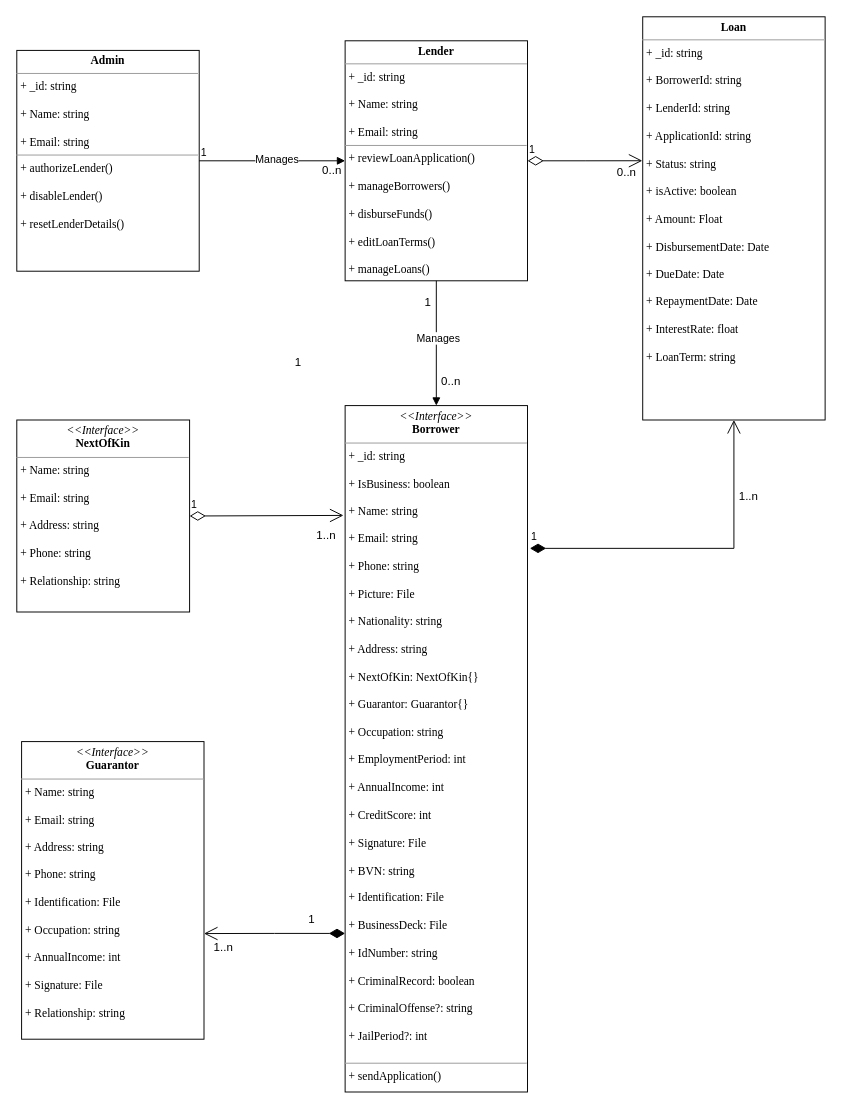
Before: src/loan-class.drawio in miriam-samuels/loan-management, a draw.io diagram. Source tidied: cells renumbered, new cells numbered last; positions are measured from the earlier drawing's top-left corner, leaving out a move shared by most shapes. Both pictures are drawn from the tidied source at 96%, with x=0, y=0 at pixel (16, 16).
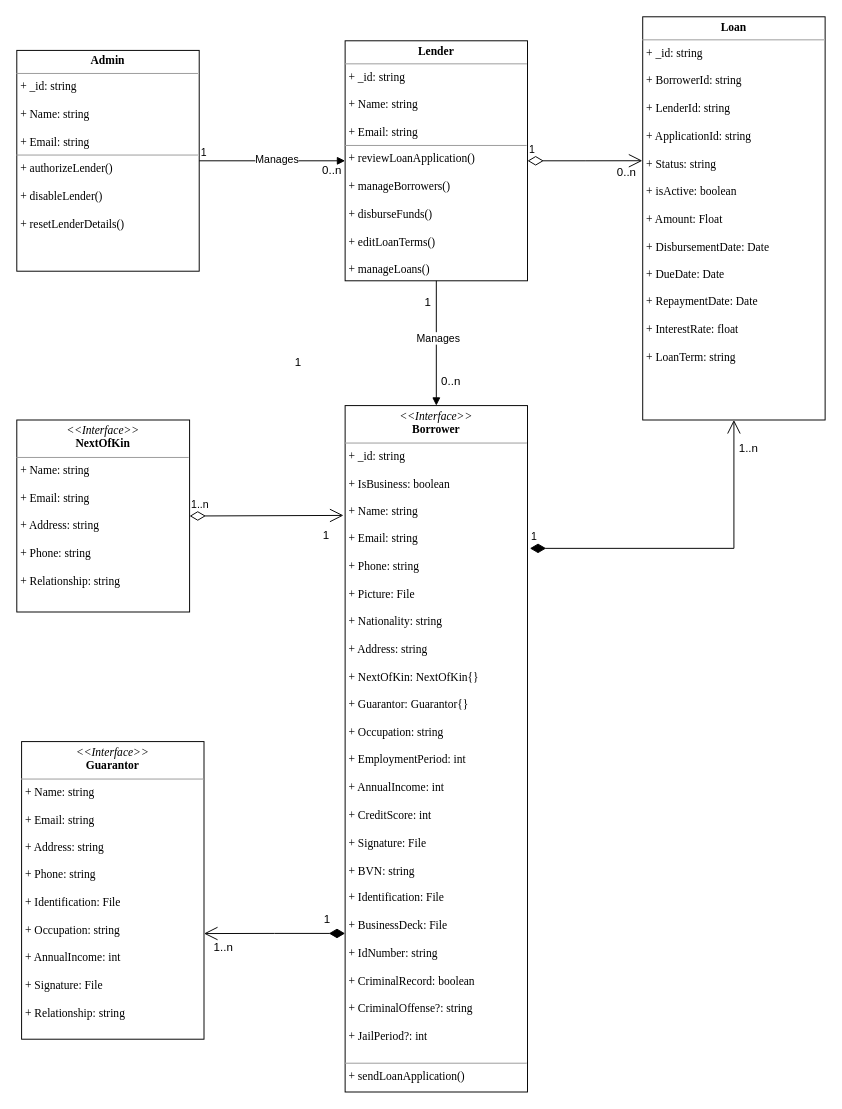
Above is the later version.

The change refers to these unchanged cells:
```xml
<mxCell id="6" value="&lt;p style=&quot;margin:0px;margin-top:4px;text-align:center;&quot;&gt;&lt;font face=&quot;Times New Roman&quot;&gt;&lt;i&gt;&amp;lt;&amp;lt;Interface&amp;gt;&amp;gt;&lt;/i&gt;&lt;br&gt;&lt;b&gt;NextOfKin&lt;/b&gt;&lt;/font&gt;&lt;/p&gt;&lt;hr size=&quot;1&quot;&gt;&lt;p style=&quot;margin:0px;margin-left:4px;&quot;&gt;&lt;span style=&quot;font-family: &amp;quot;Times New Roman&amp;quot;; background-color: initial;&quot;&gt;+ Name: string&lt;/span&gt;&lt;br&gt;&lt;/p&gt;&lt;p style=&quot;margin:0px;margin-left:4px;&quot;&gt;&lt;font face=&quot;Times New Roman&quot;&gt;&lt;br&gt;&lt;/font&gt;&lt;/p&gt;&lt;p style=&quot;margin:0px;margin-left:4px;&quot;&gt;&lt;font face=&quot;Times New Roman&quot;&gt;+ Email: string&lt;/font&gt;&lt;/p&gt;&lt;p style=&quot;margin:0px;margin-left:4px;&quot;&gt;&lt;font face=&quot;Times New Roman&quot;&gt;&lt;br&gt;&lt;/font&gt;&lt;/p&gt;&lt;p style=&quot;margin:0px;margin-left:4px;&quot;&gt;&lt;font face=&quot;Times New Roman&quot;&gt;+ Address: string&lt;/font&gt;&lt;/p&gt;&lt;p style=&quot;margin:0px;margin-left:4px;&quot;&gt;&lt;font face=&quot;Times New Roman&quot;&gt;&lt;br&gt;&lt;/font&gt;&lt;/p&gt;&lt;p style=&quot;margin:0px;margin-left:4px;&quot;&gt;&lt;font face=&quot;Times New Roman&quot;&gt;+ Phone: string&lt;/font&gt;&lt;/p&gt;&lt;p style=&quot;margin:0px;margin-left:4px;&quot;&gt;&lt;font face=&quot;Times New Roman&quot;&gt;&lt;br&gt;&lt;/font&gt;&lt;/p&gt;&lt;p style=&quot;margin:0px;margin-left:4px;&quot;&gt;&lt;font face=&quot;Times New Roman&quot;&gt;+ Relationship: string&lt;/font&gt;&lt;/p&gt;" style="verticalAlign=top;align=left;overflow=fill;fontSize=12;fontFamily=Helvetica;html=1;whiteSpace=wrap;" parent="1" vertex="1">
  <mxGeometry y="420" width="180" height="200" as="geometry" />
</mxCell>
```

Diff of the diagram source:
```diff
@@
-    <mxCell id="3" value="&lt;p style=&quot;margin:0px;margin-top:4px;text-align:center;&quot;&gt;&lt;font face=&quot;Times New Roman&quot;&gt;&lt;i&gt;&amp;lt;&amp;lt;Interface&amp;gt;&amp;gt;&lt;/i&gt;&lt;br&gt;&lt;b&gt;Borrower&lt;/b&gt;&lt;/font&gt;&lt;/p&gt;&lt;hr size=&quot;1&quot;&gt;&lt;p style=&quot;margin:0px;margin-left:4px;&quot;&gt;&lt;font face=&quot;Times New Roman&quot;&gt;+ _id: string&lt;/font&gt;&lt;/p&gt;&lt;p style=&quot;margin:0px;margin-left:4px;&quot;&gt;&lt;font face=&quot;Times New Roman&quot;&gt;&lt;br&gt;&lt;/font&gt;&lt;/p&gt;&lt;p style=&quot;margin:0px;margin-left:4px;&quot;&gt;&lt;font face=&quot;Times New Roman&quot;&gt;+ IsBusiness: boolean&lt;/font&gt;&lt;/p&gt;&lt;p style=&quot;margin:0px;margin-left:4px;&quot;&gt;&lt;font face=&quot;Times New Roman&quot;&gt;&lt;br&gt;+ Name: string&lt;/font&gt;&lt;/p&gt;&lt;p style=&quot;margin:0px;margin-left:4px;&quot;&gt;&lt;font face=&quot;Times New Roman&quot;&gt;&lt;br&gt;&lt;/font&gt;&lt;/p&gt;&lt;p style=&quot;margin:0px;margin-left:4px;&quot;&gt;&lt;font face=&quot;Times New Roman&quot;&gt;+ Email: string&lt;/font&gt;&lt;/p&gt;&lt;p style=&quot;margin:0px;margin-left:4px;&quot;&gt;&lt;font face=&quot;Times New Roman&quot;&gt;&lt;br&gt;&lt;/font&gt;&lt;/p&gt;&lt;p style=&quot;margin:0px;margin-left:4px;&quot;&gt;&lt;font face=&quot;Times New Roman&quot;&gt;+ Phone: string&lt;/font&gt;&lt;/p&gt;&lt;p style=&quot;margin:0px;margin-left:4px;&quot;&gt;&lt;font face=&quot;Times New Roman&quot;&gt;&lt;br&gt;&lt;/font&gt;&lt;/p&gt;&lt;p style=&quot;margin:0px;margin-left:4px;&quot;&gt;&lt;font face=&quot;Times New Roman&quot;&gt;+ Picture: File&lt;/font&gt;&lt;/p&gt;&lt;p style=&quot;margin:0px;margin-left:4px;&quot;&gt;&lt;font face=&quot;Times New Roman&quot;&gt;&lt;br&gt;&lt;/font&gt;&lt;/p&gt;&lt;p style=&quot;margin:0px;margin-left:4px;&quot;&gt;&lt;font face=&quot;Times New Roman&quot;&gt;+ Nationality: string&lt;/font&gt;&lt;/p&gt;&lt;p style=&quot;margin:0px;margin-left:4px;&quot;&gt;&lt;font face=&quot;Times New Roman&quot;&gt;&lt;br&gt;&lt;/font&gt;&lt;/p&gt;&lt;p style=&quot;margin:0px;margin-left:4px;&quot;&gt;&lt;font face=&quot;Times New Roman&quot;&gt;+ Address: string&lt;/font&gt;&lt;/p&gt;&lt;p style=&quot;margin:0px;margin-left:4px;&quot;&gt;&lt;font face=&quot;Times New Roman&quot;&gt;&lt;br&gt;&lt;/font&gt;&lt;/p&gt;&lt;p style=&quot;margin:0px;margin-left:4px;&quot;&gt;&lt;font face=&quot;Times New Roman&quot;&gt;+ NextOfKin: NextOfKin{}&lt;/font&gt;&lt;/p&gt;&lt;p style=&quot;margin:0px;margin-left:4px;&quot;&gt;&lt;font face=&quot;Times New Roman&quot;&gt;&lt;br&gt;&lt;/font&gt;&lt;/p&gt;&lt;p style=&quot;margin:0px;margin-left:4px;&quot;&gt;&lt;font face=&quot;Times New Roman&quot;&gt;+ Guarantor: Guarantor{}&lt;/font&gt;&lt;/p&gt;&lt;p style=&quot;margin:0px;margin-left:4px;&quot;&gt;&lt;font face=&quot;Times New Roman&quot;&gt;&lt;br&gt;&lt;/font&gt;&lt;/p&gt;&lt;p style=&quot;margin:0px;margin-left:4px;&quot;&gt;&lt;font face=&quot;Times New Roman&quot;&gt;+ Occupation: string&lt;/font&gt;&lt;/p&gt;&lt;p style=&quot;margin:0px;margin-left:4px;&quot;&gt;&lt;font face=&quot;Times New Roman&quot;&gt;&lt;br&gt;&lt;/font&gt;&lt;/p&gt;&lt;p style=&quot;margin:0px;margin-left:4px;&quot;&gt;&lt;font face=&quot;Times New Roman&quot;&gt;+ EmploymentPeriod: int&lt;/font&gt;&lt;/p&gt;&lt;p style=&quot;margin:0px;margin-left:4px;&quot;&gt;&lt;font face=&quot;Times New Roman&quot;&gt;&lt;br&gt;&lt;/font&gt;&lt;/p&gt;&lt;p style=&quot;margin:0px;margin-left:4px;&quot;&gt;&lt;font face=&quot;Times New Roman&quot;&gt;+ AnnualIncome: int&lt;/font&gt;&lt;/p&gt;&lt;p style=&quot;margin:0px;margin-left:4px;&quot;&gt;&lt;font face=&quot;Times New Roman&quot;&gt;&lt;br&gt;&lt;/font&gt;&lt;/p&gt;&lt;p style=&quot;margin:0px;margin-left:4px;&quot;&gt;&lt;font face=&quot;Times New Roman&quot;&gt;+ CreditScore: int&lt;/font&gt;&lt;/p&gt;&lt;p style=&quot;margin:0px;margin-left:4px;&quot;&gt;&lt;font face=&quot;Times New Roman&quot;&gt;&lt;br&gt;&lt;/font&gt;&lt;/p&gt;&lt;p style=&quot;margin:0px;margin-left:4px;&quot;&gt;&lt;font face=&quot;Times New Roman&quot;&gt;+ Signature: File&lt;/font&gt;&lt;/p&gt;&lt;p style=&quot;margin:0px;margin-left:4px;&quot;&gt;&lt;font face=&quot;Times New Roman&quot;&gt;&lt;br&gt;&lt;/font&gt;&lt;/p&gt;&lt;p style=&quot;margin:0px;margin-left:4px;&quot;&gt;&lt;font face=&quot;Times New Roman&quot;&gt;+ BVN: string&lt;/font&gt;&lt;/p&gt;&lt;p style=&quot;margin:0px;margin-left:4px;&quot;&gt;&lt;font face=&quot;Times New Roman&quot;&gt;&lt;br&gt;&lt;/font&gt;&lt;/p&gt;&lt;p style=&quot;margin:0px;margin-left:4px;&quot;&gt;&lt;font face=&quot;Times New Roman&quot;&gt;+ Identification: File&lt;/font&gt;&lt;/p&gt;&lt;p style=&quot;margin:0px;margin-left:4px;&quot;&gt;&lt;font face=&quot;Times New Roman&quot;&gt;&lt;br&gt;&lt;/font&gt;&lt;/p&gt;&lt;p style=&quot;margin:0px;margin-left:4px;&quot;&gt;&lt;font face=&quot;Times New Roman&quot;&gt;+ BusinessDeck: File&lt;/font&gt;&lt;/p&gt;&lt;p style=&quot;margin:0px;margin-left:4px;&quot;&gt;&lt;font face=&quot;Times New Roman&quot;&gt;&lt;br&gt;&lt;/font&gt;&lt;/p&gt;&lt;p style=&quot;margin:0px;margin-left:4px;&quot;&gt;&lt;font face=&quot;Times New Roman&quot;&gt;+ IdNumber: string&lt;/font&gt;&lt;/p&gt;&lt;p style=&quot;margin:0px;margin-left:4px;&quot;&gt;&lt;font face=&quot;Times New Roman&quot;&gt;&lt;br&gt;&lt;/font&gt;&lt;/p&gt;&lt;p style=&quot;margin:0px;margin-left:4px;&quot;&gt;&lt;font face=&quot;Times New Roman&quot;&gt;+ CriminalRecord: boolean&lt;/font&gt;&lt;/p&gt;&lt;p style=&quot;margin:0px;margin-left:4px;&quot;&gt;&lt;font face=&quot;Times New Roman&quot;&gt;&lt;br&gt;&lt;/font&gt;&lt;/p&gt;&lt;p style=&quot;margin:0px;margin-left:4px;&quot;&gt;&lt;font face=&quot;Times New Roman&quot;&gt;+ CriminalOffense?: string&lt;/font&gt;&lt;/p&gt;&lt;p style=&quot;margin:0px;margin-left:4px;&quot;&gt;&lt;font face=&quot;Times New Roman&quot;&gt;&lt;br&gt;&lt;/font&gt;&lt;/p&gt;&lt;p style=&quot;margin:0px;margin-left:4px;&quot;&gt;&lt;font face=&quot;Times New Roman&quot;&gt;+ JailPeriod?: int&lt;/font&gt;&lt;/p&gt;&lt;p style=&quot;margin:0px;margin-left:4px;&quot;&gt;&lt;br&gt;&lt;/p&gt;&lt;hr size=&quot;1&quot;&gt;&lt;p style=&quot;margin:0px;margin-left:4px;&quot;&gt;&lt;font face=&quot;Times New Roman&quot;&gt;+ sendApplication()&lt;/font&gt;&lt;/p&gt;&lt;p style=&quot;margin:0px;margin-left:4px;&quot;&gt;&lt;br&gt;&lt;/p&gt;" style="verticalAlign=top;align=left;overflow=fill;fontSize=12;fontFamily=Helvetica;html=1;whiteSpace=wrap;" parent="1" vertex="1">
+    <mxCell id="3" value="&lt;p style=&quot;margin:0px;margin-top:4px;text-align:center;&quot;&gt;&lt;font face=&quot;Times New Roman&quot;&gt;&lt;i&gt;&amp;lt;&amp;lt;Interface&amp;gt;&amp;gt;&lt;/i&gt;&lt;br&gt;&lt;b&gt;Borrower&lt;/b&gt;&lt;/font&gt;&lt;/p&gt;&lt;hr size=&quot;1&quot;&gt;&lt;p style=&quot;margin:0px;margin-left:4px;&quot;&gt;&lt;font face=&quot;Times New Roman&quot;&gt;+ _id: string&lt;/font&gt;&lt;/p&gt;&lt;p style=&quot;margin:0px;margin-left:4px;&quot;&gt;&lt;font face=&quot;Times New Roman&quot;&gt;&lt;br&gt;&lt;/font&gt;&lt;/p&gt;&lt;p style=&quot;margin:0px;margin-left:4px;&quot;&gt;&lt;font face=&quot;Times New Roman&quot;&gt;+ IsBusiness: boolean&lt;/font&gt;&lt;/p&gt;&lt;p style=&quot;margin:0px;margin-left:4px;&quot;&gt;&lt;font face=&quot;Times New Roman&quot;&gt;&lt;br&gt;+ Name: string&lt;/font&gt;&lt;/p&gt;&lt;p style=&quot;margin:0px;margin-left:4px;&quot;&gt;&lt;font face=&quot;Times New Roman&quot;&gt;&lt;br&gt;&lt;/font&gt;&lt;/p&gt;&lt;p style=&quot;margin:0px;margin-left:4px;&quot;&gt;&lt;font face=&quot;Times New Roman&quot;&gt;+ Email: string&lt;/font&gt;&lt;/p&gt;&lt;p style=&quot;margin:0px;margin-left:4px;&quot;&gt;&lt;font face=&quot;Times New Roman&quot;&gt;&lt;br&gt;&lt;/font&gt;&lt;/p&gt;&lt;p style=&quot;margin:0px;margin-left:4px;&quot;&gt;&lt;font face=&quot;Times New Roman&quot;&gt;+ Phone: string&lt;/font&gt;&lt;/p&gt;&lt;p style=&quot;margin:0px;margin-left:4px;&quot;&gt;&lt;font face=&quot;Times New Roman&quot;&gt;&lt;br&gt;&lt;/font&gt;&lt;/p&gt;&lt;p style=&quot;margin:0px;margin-left:4px;&quot;&gt;&lt;font face=&quot;Times New Roman&quot;&gt;+ Picture: File&lt;/font&gt;&lt;/p&gt;&lt;p style=&quot;margin:0px;margin-left:4px;&quot;&gt;&lt;font face=&quot;Times New Roman&quot;&gt;&lt;br&gt;&lt;/font&gt;&lt;/p&gt;&lt;p style=&quot;margin:0px;margin-left:4px;&quot;&gt;&lt;font face=&quot;Times New Roman&quot;&gt;+ Nationality: string&lt;/font&gt;&lt;/p&gt;&lt;p style=&quot;margin:0px;margin-left:4px;&quot;&gt;&lt;font face=&quot;Times New Roman&quot;&gt;&lt;br&gt;&lt;/font&gt;&lt;/p&gt;&lt;p style=&quot;margin:0px;margin-left:4px;&quot;&gt;&lt;font face=&quot;Times New Roman&quot;&gt;+ Address: string&lt;/font&gt;&lt;/p&gt;&lt;p style=&quot;margin:0px;margin-left:4px;&quot;&gt;&lt;font face=&quot;Times New Roman&quot;&gt;&lt;br&gt;&lt;/font&gt;&lt;/p&gt;&lt;p style=&quot;margin:0px;margin-left:4px;&quot;&gt;&lt;font face=&quot;Times New Roman&quot;&gt;+ NextOfKin: NextOfKin{}&lt;/font&gt;&lt;/p&gt;&lt;p style=&quot;margin:0px;margin-left:4px;&quot;&gt;&lt;font face=&quot;Times New Roman&quot;&gt;&lt;br&gt;&lt;/font&gt;&lt;/p&gt;&lt;p style=&quot;margin:0px;margin-left:4px;&quot;&gt;&lt;font face=&quot;Times New Roman&quot;&gt;+ Guarantor: Guarantor{}&lt;/font&gt;&lt;/p&gt;&lt;p style=&quot;margin:0px;margin-left:4px;&quot;&gt;&lt;font face=&quot;Times New Roman&quot;&gt;&lt;br&gt;&lt;/font&gt;&lt;/p&gt;&lt;p style=&quot;margin:0px;margin-left:4px;&quot;&gt;&lt;font face=&quot;Times New Roman&quot;&gt;+ Occupation: string&lt;/font&gt;&lt;/p&gt;&lt;p style=&quot;margin:0px;margin-left:4px;&quot;&gt;&lt;font face=&quot;Times New Roman&quot;&gt;&lt;br&gt;&lt;/font&gt;&lt;/p&gt;&lt;p style=&quot;margin:0px;margin-left:4px;&quot;&gt;&lt;font face=&quot;Times New Roman&quot;&gt;+ EmploymentPeriod: int&lt;/font&gt;&lt;/p&gt;&lt;p style=&quot;margin:0px;margin-left:4px;&quot;&gt;&lt;font face=&quot;Times New Roman&quot;&gt;&lt;br&gt;&lt;/font&gt;&lt;/p&gt;&lt;p style=&quot;margin:0px;margin-left:4px;&quot;&gt;&lt;font face=&quot;Times New Roman&quot;&gt;+ AnnualIncome: int&lt;/font&gt;&lt;/p&gt;&lt;p style=&quot;margin:0px;margin-left:4px;&quot;&gt;&lt;font face=&quot;Times New Roman&quot;&gt;&lt;br&gt;&lt;/font&gt;&lt;/p&gt;&lt;p style=&quot;margin:0px;margin-left:4px;&quot;&gt;&lt;font face=&quot;Times New Roman&quot;&gt;+ CreditScore: int&lt;/font&gt;&lt;/p&gt;&lt;p style=&quot;margin:0px;margin-left:4px;&quot;&gt;&lt;font face=&quot;Times New Roman&quot;&gt;&lt;br&gt;&lt;/font&gt;&lt;/p&gt;&lt;p style=&quot;margin:0px;margin-left:4px;&quot;&gt;&lt;font face=&quot;Times New Roman&quot;&gt;+ Signature: File&lt;/font&gt;&lt;/p&gt;&lt;p style=&quot;margin:0px;margin-left:4px;&quot;&gt;&lt;font face=&quot;Times New Roman&quot;&gt;&lt;br&gt;&lt;/font&gt;&lt;/p&gt;&lt;p style=&quot;margin:0px;margin-left:4px;&quot;&gt;&lt;font face=&quot;Times New Roman&quot;&gt;+ BVN: string&lt;/font&gt;&lt;/p&gt;&lt;p style=&quot;margin:0px;margin-left:4px;&quot;&gt;&lt;font face=&quot;Times New Roman&quot;&gt;&lt;br&gt;&lt;/font&gt;&lt;/p&gt;&lt;p style=&quot;margin:0px;margin-left:4px;&quot;&gt;&lt;font face=&quot;Times New Roman&quot;&gt;+ Identification: File&lt;/font&gt;&lt;/p&gt;&lt;p style=&quot;margin:0px;margin-left:4px;&quot;&gt;&lt;font face=&quot;Times New Roman&quot;&gt;&lt;br&gt;&lt;/font&gt;&lt;/p&gt;&lt;p style=&quot;margin:0px;margin-left:4px;&quot;&gt;&lt;font face=&quot;Times New Roman&quot;&gt;+ BusinessDeck: File&lt;/font&gt;&lt;/p&gt;&lt;p style=&quot;margin:0px;margin-left:4px;&quot;&gt;&lt;font face=&quot;Times New Roman&quot;&gt;&lt;br&gt;&lt;/font&gt;&lt;/p&gt;&lt;p style=&quot;margin:0px;margin-left:4px;&quot;&gt;&lt;font face=&quot;Times New Roman&quot;&gt;+ IdNumber: string&lt;/font&gt;&lt;/p&gt;&lt;p style=&quot;margin:0px;margin-left:4px;&quot;&gt;&lt;font face=&quot;Times New Roman&quot;&gt;&lt;br&gt;&lt;/font&gt;&lt;/p&gt;&lt;p style=&quot;margin:0px;margin-left:4px;&quot;&gt;&lt;font face=&quot;Times New Roman&quot;&gt;+ CriminalRecord: boolean&lt;/font&gt;&lt;/p&gt;&lt;p style=&quot;margin:0px;margin-left:4px;&quot;&gt;&lt;font face=&quot;Times New Roman&quot;&gt;&lt;br&gt;&lt;/font&gt;&lt;/p&gt;&lt;p style=&quot;margin:0px;margin-left:4px;&quot;&gt;&lt;font face=&quot;Times New Roman&quot;&gt;+ CriminalOffense?: string&lt;/font&gt;&lt;/p&gt;&lt;p style=&quot;margin:0px;margin-left:4px;&quot;&gt;&lt;font face=&quot;Times New Roman&quot;&gt;&lt;br&gt;&lt;/font&gt;&lt;/p&gt;&lt;p style=&quot;margin:0px;margin-left:4px;&quot;&gt;&lt;font face=&quot;Times New Roman&quot;&gt;+ JailPeriod?: int&lt;/font&gt;&lt;/p&gt;&lt;p style=&quot;margin:0px;margin-left:4px;&quot;&gt;&lt;br&gt;&lt;/p&gt;&lt;hr size=&quot;1&quot;&gt;&lt;p style=&quot;margin:0px;margin-left:4px;&quot;&gt;&lt;font face=&quot;Times New Roman&quot;&gt;+ sendLoanApplication()&lt;/font&gt;&lt;/p&gt;&lt;p style=&quot;margin:0px;margin-left:4px;&quot;&gt;&lt;br&gt;&lt;/p&gt;" style="verticalAlign=top;align=left;overflow=fill;fontSize=12;fontFamily=Helvetica;html=1;whiteSpace=wrap;" parent="1" vertex="1">
       <mxGeometry x="342" y="405" width="190" height="715" as="geometry" />
     </mxCell>
@@
     <mxCell id="18" value="1" style="text;html=1;align=center;verticalAlign=middle;strokeColor=none;fillColor=none;" parent="1" vertex="1">
-      <mxGeometry x="292" y="925" width="30" height="30" as="geometry" />
+      <mxGeometry x="308" y="925" width="30" height="30" as="geometry" />
     </mxCell>
@@
-    <mxCell id="20" value="1..n" style="text;html=1;align=center;verticalAlign=middle;strokeColor=none;fillColor=none;" parent="1" vertex="1">
-      <mxGeometry x="302" y="525" width="40" height="30" as="geometry" />
+    <mxCell id="20" value="1" style="text;html=1;align=center;verticalAlign=middle;strokeColor=none;fillColor=none;" parent="1" vertex="1">
+      <mxGeometry x="307" y="525" width="30" height="30" as="geometry" />
     </mxCell>
@@
     <mxCell id="24" value="1..n" style="text;html=1;align=center;verticalAlign=middle;strokeColor=none;fillColor=none;" parent="1" vertex="1">
-      <mxGeometry x="742" y="485" width="40" height="30" as="geometry" />
+      <mxGeometry x="742" y="435" width="40" height="30" as="geometry" />
     </mxCell>
-    <mxCell id="25" value="1" style="endArrow=open;html=1;endSize=12;startArrow=diamondThin;startSize=14;startFill=0;edgeStyle=orthogonalEdgeStyle;align=left;verticalAlign=bottom;rounded=0;exitX=1;exitY=0.5;exitDx=0;exitDy=0;entryX=-0.009;entryY=0.16;entryDx=0;entryDy=0;entryPerimeter=0;" parent="1" edge="1" source="6" target="3">
+    <mxCell id="25" value="1..n" style="endArrow=open;html=1;endSize=12;startArrow=diamondThin;startSize=14;startFill=0;edgeStyle=orthogonalEdgeStyle;align=left;verticalAlign=bottom;rounded=0;exitX=1;exitY=0.5;exitDx=0;exitDy=0;entryX=-0.009;entryY=0.16;entryDx=0;entryDy=0;entryPerimeter=0;" parent="1" edge="1" source="6" target="3">
       <mxGeometry x="-1" y="3" relative="1" as="geometry">
         <Array as="points">
           <mxPoint x="180" y="519" />
         </Array>
       </mxGeometry>
     </mxCell>
```
